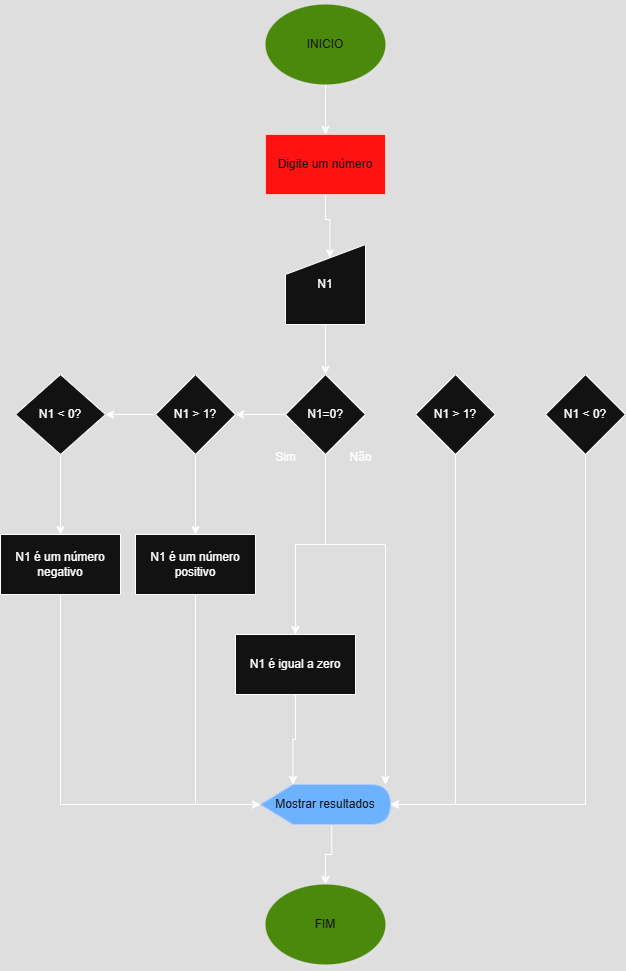
Before: Fluxograma/Fluxogramas-Verificador de número positivo, negativo ou zero.drawio.png, a diagram exported from draw.io (loliva10/Logica-de-Programacao). Source tidied: cells renumbered, new cells last; positions are measured from the earlier drawing's top-left corner, leaving out a move shared by most shapes. Source of this version:
```xml
<mxGraphModel>
  <root>
    <mxCell id="0" />
    <mxCell id="1" parent="0" />
    <mxCell id="2" style="edgeStyle=orthogonalEdgeStyle;rounded=0;jettySize=auto;html=1;exitX=0.5;exitY=1;exitDx=0;exitDy=0;entryX=0.5;entryY=0;entryDx=0;entryDy=0;" parent="1" edge="1" source="3" target="4">
      <mxGeometry relative="1" as="geometry" />
    </mxCell>
    <mxCell id="3" value="INICIO" style="ellipse;whiteSpace=wrap;html=1;fillColor=#60a917;fontColor=#ffffff;strokeColor=none;shadow=1;" parent="1" vertex="1">
      <mxGeometry x="265" width="120" height="80" as="geometry" />
    </mxCell>
    <mxCell id="4" value="Digite um número" style="rounded=0;whiteSpace=wrap;html=1;fillColor=light-dark(#A20025,#FF1212);fontColor=#ffffff;strokeColor=#6F0000;" parent="1" vertex="1">
      <mxGeometry x="265" y="130" width="120" height="60" as="geometry" />
    </mxCell>
    <mxCell id="5" style="edgeStyle=orthogonalEdgeStyle;rounded=0;jettySize=auto;html=1;exitX=0.5;exitY=1;exitDx=0;exitDy=0;entryX=0.5;entryY=0;entryDx=0;entryDy=0;" parent="1" edge="1" source="6" target="10">
      <mxGeometry relative="1" as="geometry" />
    </mxCell>
    <mxCell id="6" value="N1" style="shape=manualInput;whiteSpace=wrap;html=1;" parent="1" vertex="1">
      <mxGeometry x="285" y="240" width="80" height="80" as="geometry" />
    </mxCell>
    <mxCell id="7" style="edgeStyle=orthogonalEdgeStyle;rounded=0;jettySize=auto;html=1;exitX=0.5;exitY=1;exitDx=0;exitDy=0;entryX=0.555;entryY=0.168;entryDx=0;entryDy=0;entryPerimeter=0;" parent="1" edge="1" source="4" target="6">
      <mxGeometry relative="1" as="geometry" />
    </mxCell>
    <mxCell id="8" style="edgeStyle=orthogonalEdgeStyle;rounded=0;jettySize=auto;html=1;exitX=0;exitY=0.5;exitDx=0;exitDy=0;" parent="1" edge="1" source="10" target="13">
      <mxGeometry relative="1" as="geometry" />
    </mxCell>
    <mxCell id="9" style="edgeStyle=orthogonalEdgeStyle;rounded=0;jettySize=auto;html=1;exitX=0.5;exitY=1;exitDx=0;exitDy=0;entryX=0.5;entryY=0;entryDx=0;entryDy=0;" parent="1" edge="1" source="10" target="21">
      <mxGeometry relative="1" as="geometry">
        <Array as="points">
          <mxPoint x="325" y="540" />
          <mxPoint x="295" y="540" />
        </Array>
      </mxGeometry>
    </mxCell>
    <mxCell id="10" value="N1=0?" style="rhombus;whiteSpace=wrap;html=1;" parent="1" vertex="1">
      <mxGeometry x="285" y="370" width="80" height="80" as="geometry" />
    </mxCell>
    <mxCell id="11" style="edgeStyle=orthogonalEdgeStyle;rounded=0;jettySize=auto;html=1;exitX=0;exitY=0.5;exitDx=0;exitDy=0;entryX=1;entryY=0.5;entryDx=0;entryDy=0;" parent="1" edge="1" source="13" target="15">
      <mxGeometry relative="1" as="geometry" />
    </mxCell>
    <mxCell id="12" style="edgeStyle=orthogonalEdgeStyle;rounded=0;jettySize=auto;html=1;exitX=0.5;exitY=1;exitDx=0;exitDy=0;entryX=0.5;entryY=0;entryDx=0;entryDy=0;" parent="1" edge="1" source="13" target="18">
      <mxGeometry relative="1" as="geometry" />
    </mxCell>
    <mxCell id="13" value="N1 &amp;gt; 1?" style="rhombus;whiteSpace=wrap;html=1;" parent="1" vertex="1">
      <mxGeometry x="155" y="370" width="80" height="80" as="geometry" />
    </mxCell>
    <mxCell id="14" style="edgeStyle=orthogonalEdgeStyle;rounded=0;jettySize=auto;html=1;exitX=0.5;exitY=1;exitDx=0;exitDy=0;entryX=0.5;entryY=0;entryDx=0;entryDy=0;" parent="1" edge="1" source="15" target="17">
      <mxGeometry relative="1" as="geometry" />
    </mxCell>
    <mxCell id="15" value="N1 &amp;lt; 0?" style="rhombus;whiteSpace=wrap;html=1;" parent="1" vertex="1">
      <mxGeometry x="15" y="370" width="90" height="80" as="geometry" />
    </mxCell>
    <mxCell id="16" style="edgeStyle=orthogonalEdgeStyle;rounded=0;jettySize=auto;html=1;exitX=0.5;exitY=1;exitDx=0;exitDy=0;entryX=0;entryY=0.5;entryDx=0;entryDy=0;entryPerimeter=0;" parent="1" edge="1" source="17" target="26">
      <mxGeometry relative="1" as="geometry" />
    </mxCell>
    <mxCell id="17" value="N1 é um número negativo" style="rounded=0;whiteSpace=wrap;html=1;" parent="1" vertex="1">
      <mxGeometry y="530" width="120" height="60" as="geometry" />
    </mxCell>
    <mxCell id="18" value="N1 é um número positivo" style="rounded=0;whiteSpace=wrap;html=1;" parent="1" vertex="1">
      <mxGeometry x="135" y="530" width="120" height="60" as="geometry" />
    </mxCell>
    <mxCell id="19" value="Sim" style="text;html=1;align=center;verticalAlign=middle;strokeColor=none;fillColor=none;" parent="1" vertex="1">
      <mxGeometry x="265" y="438" width="40" height="30" as="geometry" />
    </mxCell>
    <mxCell id="20" value="Não" style="text;html=1;align=center;verticalAlign=middle;strokeColor=none;fillColor=none;" parent="1" vertex="1">
      <mxGeometry x="335" y="438" width="50" height="30" as="geometry" />
    </mxCell>
    <mxCell id="21" value="N1 é igual a zero" style="rounded=0;whiteSpace=wrap;html=1;" parent="1" vertex="1">
      <mxGeometry x="235" y="630" width="120" height="60" as="geometry" />
    </mxCell>
    <mxCell id="22" value="N1 &amp;gt; 1?" style="rhombus;whiteSpace=wrap;html=1;" parent="1" vertex="1">
      <mxGeometry x="415" y="370" width="80" height="80" as="geometry" />
    </mxCell>
    <mxCell id="23" style="edgeStyle=orthogonalEdgeStyle;rounded=0;jettySize=auto;html=1;exitX=0.5;exitY=1;exitDx=0;exitDy=0;entryX=1;entryY=0.5;entryDx=0;entryDy=0;entryPerimeter=0;" parent="1" edge="1" source="24" target="26">
      <mxGeometry relative="1" as="geometry">
        <Array as="points">
          <mxPoint x="585" y="800" />
        </Array>
      </mxGeometry>
    </mxCell>
    <mxCell id="24" value="N1 &amp;lt; 0?" style="rhombus;whiteSpace=wrap;html=1;" parent="1" vertex="1">
      <mxGeometry x="545" y="370" width="80" height="80" as="geometry" />
    </mxCell>
    <mxCell id="25" style="edgeStyle=orthogonalEdgeStyle;rounded=0;jettySize=auto;html=1;exitX=0;exitY=0;exitDx=71.25;exitDy=40;exitPerimeter=0;entryX=0.5;entryY=0;entryDx=0;entryDy=0;" parent="1" edge="1" source="26" target="31">
      <mxGeometry relative="1" as="geometry" />
    </mxCell>
    <mxCell id="26" value="Mostrar resultados" style="shape=display;whiteSpace=wrap;html=1;fillColor=#0050ef;fontColor=#ffffff;strokeColor=#001DBC;" parent="1" vertex="1">
      <mxGeometry x="260" y="780" width="130" height="40" as="geometry" />
    </mxCell>
    <mxCell id="27" style="edgeStyle=orthogonalEdgeStyle;rounded=0;jettySize=auto;html=1;exitX=0.5;exitY=1;exitDx=0;exitDy=0;entryX=0;entryY=0.5;entryDx=0;entryDy=0;entryPerimeter=0;" parent="1" edge="1" source="18" target="26">
      <mxGeometry relative="1" as="geometry" />
    </mxCell>
    <mxCell id="28" style="edgeStyle=orthogonalEdgeStyle;rounded=0;jettySize=auto;html=1;exitX=0.5;exitY=1;exitDx=0;exitDy=0;entryX=0;entryY=0;entryDx=32.5;entryDy=0;entryPerimeter=0;" parent="1" edge="1" source="21" target="26">
      <mxGeometry relative="1" as="geometry" />
    </mxCell>
    <mxCell id="29" style="edgeStyle=orthogonalEdgeStyle;rounded=0;jettySize=auto;html=1;exitX=0.5;exitY=1;exitDx=0;exitDy=0;" parent="1" edge="1" source="10">
      <mxGeometry relative="1" as="geometry">
        <mxPoint x="385" y="780" as="targetPoint" />
        <Array as="points">
          <mxPoint x="325" y="540" />
          <mxPoint x="385" y="540" />
        </Array>
      </mxGeometry>
    </mxCell>
    <mxCell id="30" style="edgeStyle=orthogonalEdgeStyle;rounded=0;jettySize=auto;html=1;exitX=0.5;exitY=1;exitDx=0;exitDy=0;entryX=1;entryY=0.5;entryDx=0;entryDy=0;entryPerimeter=0;" parent="1" edge="1" source="22" target="26">
      <mxGeometry relative="1" as="geometry" />
    </mxCell>
    <mxCell id="31" value="FIM" style="ellipse;whiteSpace=wrap;html=1;fillColor=#60a917;fontColor=#ffffff;strokeColor=none;shadow=1;" parent="1" vertex="1">
      <mxGeometry x="265" y="880" width="120" height="80" as="geometry" />
    </mxCell>
  </root>
</mxGraphModel>
```
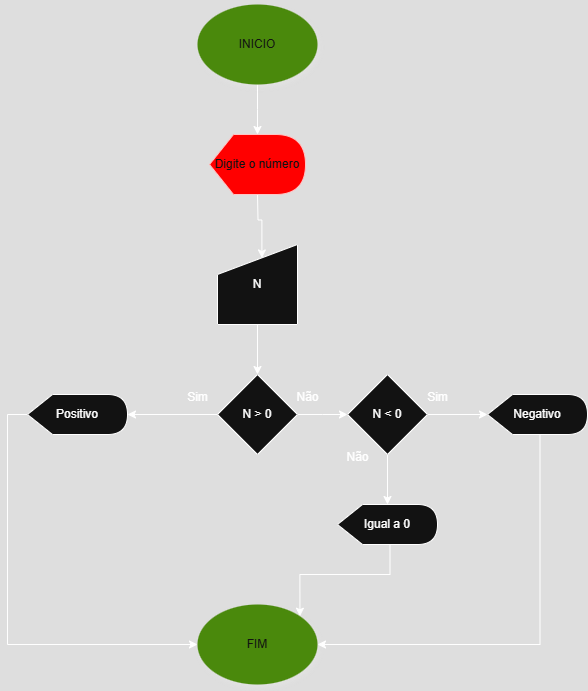
The same diagram one commit later.

The edit, as a diff of the source:
```diff
@@ -2,110 +2,80 @@
   <root>
     <mxCell id="0" />
     <mxCell id="1" parent="0" />
-    <mxCell id="2" style="edgeStyle=orthogonalEdgeStyle;rounded=0;jettySize=auto;html=1;exitX=0.5;exitY=1;exitDx=0;exitDy=0;entryX=0.5;entryY=0;entryDx=0;entryDy=0;" parent="1" edge="1" source="3" target="4">
-      <mxGeometry relative="1" as="geometry" />
+    <mxCell id="2" style="edgeStyle=orthogonalEdgeStyle;rounded=0;jettySize=auto;html=1;exitX=0.5;exitY=1;exitDx=0;exitDy=0;entryX=0.5;entryY=0;entryDx=0;entryDy=0;" parent="1" edge="1" source="3">
+      <mxGeometry relative="1" as="geometry">
+        <mxPoint x="325" y="130" as="targetPoint" />
+      </mxGeometry>
     </mxCell>
     <mxCell id="3" value="INICIO" style="ellipse;whiteSpace=wrap;html=1;fillColor=#60a917;fontColor=#ffffff;strokeColor=none;shadow=1;" parent="1" vertex="1">
       <mxGeometry x="265" width="120" height="80" as="geometry" />
     </mxCell>
-    <mxCell id="4" value="Digite um número" style="rounded=0;whiteSpace=wrap;html=1;fillColor=light-dark(#A20025,#FF1212);fontColor=#ffffff;strokeColor=#6F0000;" parent="1" vertex="1">
-      <mxGeometry x="265" y="130" width="120" height="60" as="geometry" />
-    </mxCell>
     <mxCell id="5" style="edgeStyle=orthogonalEdgeStyle;rounded=0;jettySize=auto;html=1;exitX=0.5;exitY=1;exitDx=0;exitDy=0;entryX=0.5;entryY=0;entryDx=0;entryDy=0;" parent="1" edge="1" source="6" target="10">
       <mxGeometry relative="1" as="geometry" />
     </mxCell>
-    <mxCell id="6" value="N1" style="shape=manualInput;whiteSpace=wrap;html=1;" parent="1" vertex="1">
+    <mxCell id="6" value="N" style="shape=manualInput;whiteSpace=wrap;html=1;" parent="1" vertex="1">
       <mxGeometry x="285" y="240" width="80" height="80" as="geometry" />
     </mxCell>
-    <mxCell id="7" style="edgeStyle=orthogonalEdgeStyle;rounded=0;jettySize=auto;html=1;exitX=0.5;exitY=1;exitDx=0;exitDy=0;entryX=0.555;entryY=0.168;entryDx=0;entryDy=0;entryPerimeter=0;" parent="1" edge="1" source="4" target="6">
-      <mxGeometry relative="1" as="geometry" />
+    <mxCell id="7" style="edgeStyle=orthogonalEdgeStyle;rounded=0;jettySize=auto;html=1;exitX=0.5;exitY=1;exitDx=0;exitDy=0;entryX=0.555;entryY=0.168;entryDx=0;entryDy=0;entryPerimeter=0;" parent="1" edge="1" target="6">
+      <mxGeometry relative="1" as="geometry">
+        <mxPoint x="325" y="190" as="sourcePoint" />
+      </mxGeometry>
     </mxCell>
-    <mxCell id="8" style="edgeStyle=orthogonalEdgeStyle;rounded=0;jettySize=auto;html=1;exitX=0;exitY=0.5;exitDx=0;exitDy=0;" parent="1" edge="1" source="10" target="13">
-      <mxGeometry relative="1" as="geometry" />
-    </mxCell>
-    <mxCell id="9" style="edgeStyle=orthogonalEdgeStyle;rounded=0;jettySize=auto;html=1;exitX=0.5;exitY=1;exitDx=0;exitDy=0;entryX=0.5;entryY=0;entryDx=0;entryDy=0;" parent="1" edge="1" source="10" target="21">
-      <mxGeometry relative="1" as="geometry">
-        <Array as="points">
-          <mxPoint x="325" y="540" />
-          <mxPoint x="295" y="540" />
-        </Array>
-      </mxGeometry>
-    </mxCell>
+    <mxCell id="32" style="edgeStyle=orthogonalEdgeStyle;rounded=0;jettySize=auto;html=1;exitX=1;exitY=0.5;exitDx=0;exitDy=0;entryX=0;entryY=0.5;entryDx=0;entryDy=0;" parent="1" edge="1" source="10">
+      <mxGeometry relative="1" as="geometry">
+        <mxPoint x="415" y="410" as="targetPoint" />
+      </mxGeometry>
+    </mxCell>
-    <mxCell id="10" value="N1=0?" style="rhombus;whiteSpace=wrap;html=1;" parent="1" vertex="1">
+    <mxCell id="10" value="N &amp;gt; 0" style="rhombus;whiteSpace=wrap;html=1;" parent="1" vertex="1">
       <mxGeometry x="285" y="370" width="80" height="80" as="geometry" />
     </mxCell>
-    <mxCell id="11" style="edgeStyle=orthogonalEdgeStyle;rounded=0;jettySize=auto;html=1;exitX=0;exitY=0.5;exitDx=0;exitDy=0;entryX=1;entryY=0.5;entryDx=0;entryDy=0;" parent="1" edge="1" source="13" target="15">
-      <mxGeometry relative="1" as="geometry" />
-    </mxCell>
-    <mxCell id="12" style="edgeStyle=orthogonalEdgeStyle;rounded=0;jettySize=auto;html=1;exitX=0.5;exitY=1;exitDx=0;exitDy=0;entryX=0.5;entryY=0;entryDx=0;entryDy=0;" parent="1" edge="1" source="13" target="18">
-      <mxGeometry relative="1" as="geometry" />
-    </mxCell>
-    <mxCell id="13" value="N1 &amp;gt; 1?" style="rhombus;whiteSpace=wrap;html=1;" parent="1" vertex="1">
-      <mxGeometry x="155" y="370" width="80" height="80" as="geometry" />
-    </mxCell>
-    <mxCell id="14" style="edgeStyle=orthogonalEdgeStyle;rounded=0;jettySize=auto;html=1;exitX=0.5;exitY=1;exitDx=0;exitDy=0;entryX=0.5;entryY=0;entryDx=0;entryDy=0;" parent="1" edge="1" source="15" target="17">
-      <mxGeometry relative="1" as="geometry" />
-    </mxCell>
-    <mxCell id="15" value="N1 &amp;lt; 0?" style="rhombus;whiteSpace=wrap;html=1;" parent="1" vertex="1">
-      <mxGeometry x="15" y="370" width="90" height="80" as="geometry" />
-    </mxCell>
-    <mxCell id="16" style="edgeStyle=orthogonalEdgeStyle;rounded=0;jettySize=auto;html=1;exitX=0.5;exitY=1;exitDx=0;exitDy=0;entryX=0;entryY=0.5;entryDx=0;entryDy=0;entryPerimeter=0;" parent="1" edge="1" source="17" target="26">
-      <mxGeometry relative="1" as="geometry" />
-    </mxCell>
-    <mxCell id="17" value="N1 é um número negativo" style="rounded=0;whiteSpace=wrap;html=1;" parent="1" vertex="1">
-      <mxGeometry y="530" width="120" height="60" as="geometry" />
-    </mxCell>
-    <mxCell id="18" value="N1 é um número positivo" style="rounded=0;whiteSpace=wrap;html=1;" parent="1" vertex="1">
-      <mxGeometry x="135" y="530" width="120" height="60" as="geometry" />
-    </mxCell>
-    <mxCell id="19" value="Sim" style="text;html=1;align=center;verticalAlign=middle;strokeColor=none;fillColor=none;" parent="1" vertex="1">
-      <mxGeometry x="265" y="438" width="40" height="30" as="geometry" />
-    </mxCell>
-    <mxCell id="20" value="Não" style="text;html=1;align=center;verticalAlign=middle;strokeColor=none;fillColor=none;" parent="1" vertex="1">
-      <mxGeometry x="335" y="438" width="50" height="30" as="geometry" />
-    </mxCell>
-    <mxCell id="21" value="N1 é igual a zero" style="rounded=0;whiteSpace=wrap;html=1;" parent="1" vertex="1">
-      <mxGeometry x="235" y="630" width="120" height="60" as="geometry" />
-    </mxCell>
-    <mxCell id="22" value="N1 &amp;gt; 1?" style="rhombus;whiteSpace=wrap;html=1;" parent="1" vertex="1">
-      <mxGeometry x="415" y="370" width="80" height="80" as="geometry" />
-    </mxCell>
-    <mxCell id="23" style="edgeStyle=orthogonalEdgeStyle;rounded=0;jettySize=auto;html=1;exitX=0.5;exitY=1;exitDx=0;exitDy=0;entryX=1;entryY=0.5;entryDx=0;entryDy=0;entryPerimeter=0;" parent="1" edge="1" source="24" target="26">
-      <mxGeometry relative="1" as="geometry">
-        <Array as="points">
-          <mxPoint x="585" y="800" />
-        </Array>
-      </mxGeometry>
-    </mxCell>
-    <mxCell id="24" value="N1 &amp;lt; 0?" style="rhombus;whiteSpace=wrap;html=1;" parent="1" vertex="1">
-      <mxGeometry x="545" y="370" width="80" height="80" as="geometry" />
-    </mxCell>
-    <mxCell id="25" style="edgeStyle=orthogonalEdgeStyle;rounded=0;jettySize=auto;html=1;exitX=0;exitY=0;exitDx=71.25;exitDy=40;exitPerimeter=0;entryX=0.5;entryY=0;entryDx=0;entryDy=0;" parent="1" edge="1" source="26" target="31">
-      <mxGeometry relative="1" as="geometry" />
-    </mxCell>
-    <mxCell id="26" value="Mostrar resultados" style="shape=display;whiteSpace=wrap;html=1;fillColor=#0050ef;fontColor=#ffffff;strokeColor=#001DBC;" parent="1" vertex="1">
-      <mxGeometry x="260" y="780" width="130" height="40" as="geometry" />
-    </mxCell>
-    <mxCell id="27" style="edgeStyle=orthogonalEdgeStyle;rounded=0;jettySize=auto;html=1;exitX=0.5;exitY=1;exitDx=0;exitDy=0;entryX=0;entryY=0.5;entryDx=0;entryDy=0;entryPerimeter=0;" parent="1" edge="1" source="18" target="26">
-      <mxGeometry relative="1" as="geometry" />
-    </mxCell>
-    <mxCell id="28" style="edgeStyle=orthogonalEdgeStyle;rounded=0;jettySize=auto;html=1;exitX=0.5;exitY=1;exitDx=0;exitDy=0;entryX=0;entryY=0;entryDx=32.5;entryDy=0;entryPerimeter=0;" parent="1" edge="1" source="21" target="26">
-      <mxGeometry relative="1" as="geometry" />
-    </mxCell>
-    <mxCell id="29" style="edgeStyle=orthogonalEdgeStyle;rounded=0;jettySize=auto;html=1;exitX=0.5;exitY=1;exitDx=0;exitDy=0;" parent="1" edge="1" source="10">
-      <mxGeometry relative="1" as="geometry">
-        <mxPoint x="385" y="780" as="targetPoint" />
-        <Array as="points">
-          <mxPoint x="325" y="540" />
-          <mxPoint x="385" y="540" />
-        </Array>
-      </mxGeometry>
-    </mxCell>
-    <mxCell id="30" style="edgeStyle=orthogonalEdgeStyle;rounded=0;jettySize=auto;html=1;exitX=0.5;exitY=1;exitDx=0;exitDy=0;entryX=1;entryY=0.5;entryDx=0;entryDy=0;entryPerimeter=0;" parent="1" edge="1" source="22" target="26">
-      <mxGeometry relative="1" as="geometry" />
-    </mxCell>
+    <mxCell id="33" value="Digite o número" style="shape=display;whiteSpace=wrap;html=1;fillColor=light-dark(#A20025,#FF0000);fontColor=#ffffff;strokeColor=#6F0000;" parent="1" vertex="1">
+      <mxGeometry x="277" y="130" width="96" height="60" as="geometry" />
+    </mxCell>
+    <mxCell id="34" value="Não" style="text;html=1;align=center;verticalAlign=middle;strokeColor=none;fillColor=none;" parent="1" vertex="1">
+      <mxGeometry x="350" y="378" width="50" height="30" as="geometry" />
+    </mxCell>
+    <mxCell id="35" value="Sim" style="text;html=1;align=center;verticalAlign=middle;strokeColor=none;fillColor=none;" parent="1" vertex="1">
+      <mxGeometry x="245" y="378" width="40" height="30" as="geometry" />
+    </mxCell>
+    <mxCell id="36" style="edgeStyle=orthogonalEdgeStyle;rounded=0;jettySize=auto;html=1;exitX=0;exitY=0.5;exitDx=0;exitDy=0;exitPerimeter=0;entryX=0;entryY=0.5;entryDx=0;entryDy=0;" parent="1" edge="1" source="37" target="31">
+      <mxGeometry relative="1" as="geometry" />
+    </mxCell>
+    <mxCell id="37" value="Positivo" style="shape=display;whiteSpace=wrap;html=1;" parent="1" vertex="1">
+      <mxGeometry x="95" y="390" width="100" height="40" as="geometry" />
+    </mxCell>
+    <mxCell id="38" style="edgeStyle=orthogonalEdgeStyle;rounded=0;jettySize=auto;html=1;exitX=0;exitY=0.5;exitDx=0;exitDy=0;entryX=1;entryY=0.5;entryDx=0;entryDy=0;entryPerimeter=0;" parent="1" edge="1" source="10" target="37">
+      <mxGeometry relative="1" as="geometry" />
+    </mxCell>
+    <mxCell id="39" style="edgeStyle=orthogonalEdgeStyle;rounded=0;jettySize=auto;html=1;exitX=1;exitY=0.5;exitDx=0;exitDy=0;" parent="1" edge="1" source="41" target="44">
+      <mxGeometry relative="1" as="geometry" />
+    </mxCell>
+    <mxCell id="40" style="edgeStyle=orthogonalEdgeStyle;rounded=0;jettySize=auto;html=1;exitX=0.5;exitY=1;exitDx=0;exitDy=0;" parent="1" edge="1" source="41" target="47">
+      <mxGeometry relative="1" as="geometry" />
+    </mxCell>
+    <mxCell id="41" value="N &amp;lt; 0" style="rhombus;whiteSpace=wrap;html=1;" parent="1" vertex="1">
+      <mxGeometry x="415" y="370" width="80" height="80" as="geometry" />
+    </mxCell>
+    <mxCell id="42" value="Sim" style="text;html=1;align=center;verticalAlign=middle;strokeColor=none;fillColor=none;" parent="1" vertex="1">
+      <mxGeometry x="485" y="378" width="40" height="30" as="geometry" />
+    </mxCell>
+    <mxCell id="43" style="edgeStyle=orthogonalEdgeStyle;rounded=0;jettySize=auto;html=1;exitX=0;exitY=0;exitDx=52.5;exitDy=40;exitPerimeter=0;entryX=1;entryY=0.5;entryDx=0;entryDy=0;" parent="1" edge="1" source="44" target="31">
+      <mxGeometry relative="1" as="geometry" />
+    </mxCell>
+    <mxCell id="44" value="Negativo" style="shape=display;whiteSpace=wrap;html=1;" parent="1" vertex="1">
+      <mxGeometry x="555" y="390" width="100" height="40" as="geometry" />
+    </mxCell>
+    <mxCell id="45" value="Não" style="text;html=1;align=center;verticalAlign=middle;strokeColor=none;fillColor=none;" parent="1" vertex="1">
+      <mxGeometry x="400" y="438" width="50" height="30" as="geometry" />
+    </mxCell>
+    <mxCell id="46" style="edgeStyle=orthogonalEdgeStyle;rounded=0;jettySize=auto;html=1;exitX=0;exitY=0;exitDx=52.5;exitDy=40;exitPerimeter=0;entryX=1;entryY=0;entryDx=0;entryDy=0;" parent="1" edge="1" source="47" target="31">
+      <mxGeometry relative="1" as="geometry" />
+    </mxCell>
+    <mxCell id="47" value="Igual a 0" style="shape=display;whiteSpace=wrap;html=1;" parent="1" vertex="1">
+      <mxGeometry x="405" y="500" width="100" height="40" as="geometry" />
+    </mxCell>
     <mxCell id="31" value="FIM" style="ellipse;whiteSpace=wrap;html=1;fillColor=#60a917;fontColor=#ffffff;strokeColor=none;shadow=1;" parent="1" vertex="1">
-      <mxGeometry x="265" y="880" width="120" height="80" as="geometry" />
+      <mxGeometry x="265" y="600" width="120" height="80" as="geometry" />
     </mxCell>
   </root>
 </mxGraphModel>
```
